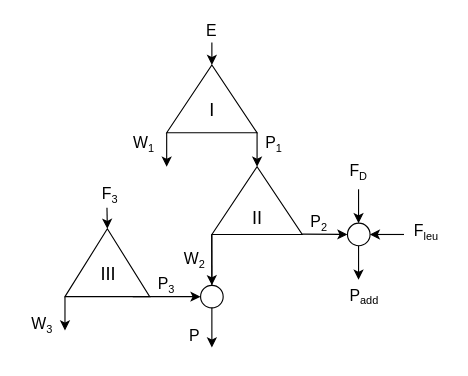
This is cascades/drawio/P2utilization.drawio from GusevVlad/Russian-Phd-LaTeX-Dissertation-Template, a draw.io file, before an edit. Source tidied: cells renumbered, new cells numbered last; positions are measured from the earlier drawing's top-left corner, leaving out a move shared by most shapes. Both pictures are drawn from the tidied source at 113%, with x=0, y=0 at pixel (19, 19).
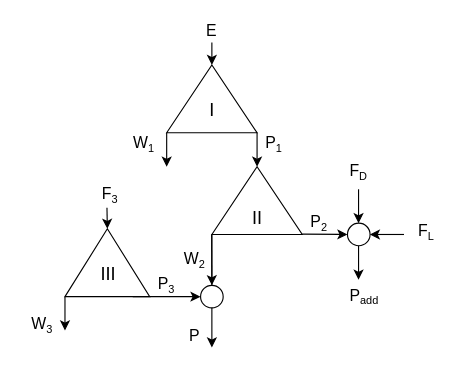
After the change.

Change to the diagram source:
```diff
@@
-    <mxCell id="31" value="&lt;font style=&quot;font-size: 14px&quot;&gt;F&lt;/font&gt;&lt;font style=&quot;font-size: 11.6667px&quot;&gt;&lt;sub&gt;leu&lt;/sub&gt;&lt;/font&gt;" style="text;html=1;strokeColor=none;fillColor=none;align=center;verticalAlign=middle;whiteSpace=wrap;rounded=0;" parent="1" vertex="1">
+    <mxCell id="31" value="&lt;font style=&quot;font-size: 14px&quot;&gt;F&lt;/font&gt;&lt;font style=&quot;font-size: 11.6667px&quot;&gt;&lt;sub&gt;L&lt;/sub&gt;&lt;/font&gt;" style="text;html=1;strokeColor=none;fillColor=none;align=center;verticalAlign=middle;whiteSpace=wrap;rounded=0;" parent="1" vertex="1">
       <mxGeometry x="340" y="177.5" width="40" height="20" as="geometry" />
     </mxCell>
```
